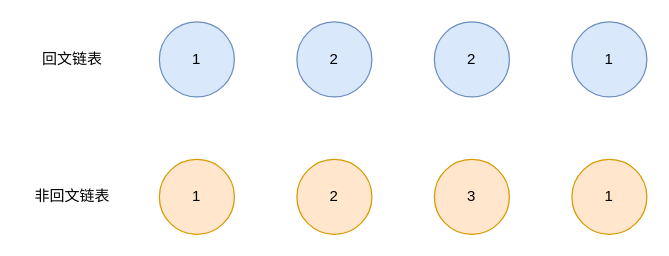
The draw.io diagram algorithm/回文链表.drawio in erlieStar/diagrams, before the edit. Source tidied: cells renumbered, new cells numbered last; positions are measured from the earlier drawing's top-left corner, leaving out a move shared by most shapes. Both pictures are drawn from the tidied source at 125%, with x=0, y=0 at pixel (21, 21).
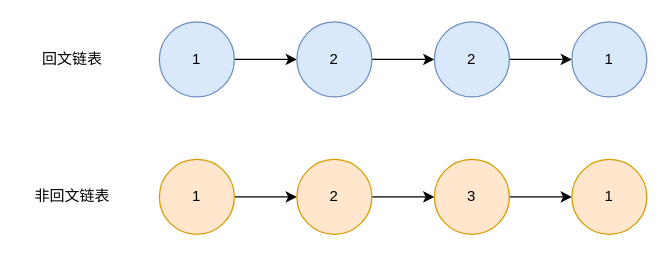
The same page after the edit.

Change to the diagram source:
```diff
@@
 <mxGraphModel>
   <root>
     <mxCell id="0" />
     <mxCell id="1" parent="0" />
+    <mxCell id="12" style="edgeStyle=orthogonalEdgeStyle;rounded=0;jettySize=auto;html=1;exitX=1;exitY=0.5;exitDx=0;exitDy=0;entryX=0;entryY=0.5;entryDx=0;entryDy=0;" parent="1" edge="1" source="2" target="3">
+      <mxGeometry relative="1" as="geometry" />
+    </mxCell>
     <mxCell id="2" value="1" style="ellipse;whiteSpace=wrap;html=1;fillColor=#dae8fc;strokeColor=#6c8ebf;" parent="1" vertex="1">
       <mxGeometry x="110" width="60" height="60" as="geometry" />
     </mxCell>
+    <mxCell id="13" style="edgeStyle=orthogonalEdgeStyle;rounded=0;jettySize=auto;html=1;exitX=1;exitY=0.5;exitDx=0;exitDy=0;entryX=0;entryY=0.5;entryDx=0;entryDy=0;" parent="1" edge="1" source="3" target="4">
+      <mxGeometry relative="1" as="geometry" />
+    </mxCell>
     <mxCell id="3" value="2" style="ellipse;whiteSpace=wrap;html=1;fillColor=#dae8fc;strokeColor=#6c8ebf;" parent="1" vertex="1">
       <mxGeometry x="220" width="60" height="60" as="geometry" />
     </mxCell>
+    <mxCell id="14" style="edgeStyle=orthogonalEdgeStyle;rounded=0;jettySize=auto;html=1;exitX=1;exitY=0.5;exitDx=0;exitDy=0;entryX=0;entryY=0.5;entryDx=0;entryDy=0;" parent="1" edge="1" source="4" target="5">
+      <mxGeometry relative="1" as="geometry" />
+    </mxCell>
     <mxCell id="4" value="2" style="ellipse;whiteSpace=wrap;html=1;fillColor=#dae8fc;strokeColor=#6c8ebf;" parent="1" vertex="1">
       <mxGeometry x="330" width="60" height="60" as="geometry" />
     </mxCell>
     <mxCell id="5" value="1" style="ellipse;whiteSpace=wrap;html=1;fillColor=#dae8fc;strokeColor=#6c8ebf;" parent="1" vertex="1">
       <mxGeometry x="440" width="60" height="60" as="geometry" />
     </mxCell>
+    <mxCell id="15" style="edgeStyle=orthogonalEdgeStyle;rounded=0;jettySize=auto;html=1;exitX=1;exitY=0.5;exitDx=0;exitDy=0;entryX=0;entryY=0.5;entryDx=0;entryDy=0;" parent="1" edge="1" source="6" target="7">
+      <mxGeometry relative="1" as="geometry" />
+    </mxCell>
     <mxCell id="6" value="1" style="ellipse;whiteSpace=wrap;html=1;fillColor=#ffe6cc;strokeColor=#d79b00;" parent="1" vertex="1">
       <mxGeometry x="110" y="110" width="60" height="60" as="geometry" />
     </mxCell>
+    <mxCell id="16" style="edgeStyle=orthogonalEdgeStyle;rounded=0;jettySize=auto;html=1;exitX=1;exitY=0.5;exitDx=0;exitDy=0;entryX=0;entryY=0.5;entryDx=0;entryDy=0;" parent="1" edge="1" source="7" target="8">
+      <mxGeometry relative="1" as="geometry" />
+    </mxCell>
     <mxCell id="7" value="2" style="ellipse;whiteSpace=wrap;html=1;fillColor=#ffe6cc;strokeColor=#d79b00;" parent="1" vertex="1">
       <mxGeometry x="220" y="110" width="60" height="60" as="geometry" />
     </mxCell>
+    <mxCell id="17" style="edgeStyle=orthogonalEdgeStyle;rounded=0;jettySize=auto;html=1;exitX=1;exitY=0.5;exitDx=0;exitDy=0;entryX=0;entryY=0.5;entryDx=0;entryDy=0;" parent="1" edge="1" source="8" target="9">
+      <mxGeometry relative="1" as="geometry" />
+    </mxCell>
     <mxCell id="8" value="3" style="ellipse;whiteSpace=wrap;html=1;fillColor=#ffe6cc;strokeColor=#d79b00;" parent="1" vertex="1">
       <mxGeometry x="330" y="110" width="60" height="60" as="geometry" />
     </mxCell>
     <mxCell id="9" value="1" style="ellipse;whiteSpace=wrap;html=1;fillColor=#ffe6cc;strokeColor=#d79b00;" parent="1" vertex="1">
       <mxGeometry x="440" y="110" width="60" height="60" as="geometry" />
     </mxCell>
     <mxCell id="10" value="回文链表" style="text;html=1;align=center;verticalAlign=middle;strokeColor=none;" parent="1" vertex="1">
       <mxGeometry x="10" y="20" width="60" height="20" as="geometry" />
     </mxCell>
     <mxCell id="11" value="非回文链表" style="text;html=1;align=center;verticalAlign=middle;strokeColor=none;" parent="1" vertex="1">
       <mxGeometry y="130" width="80" height="20" as="geometry" />
     </mxCell>
   </root>
 </mxGraphModel>
```
